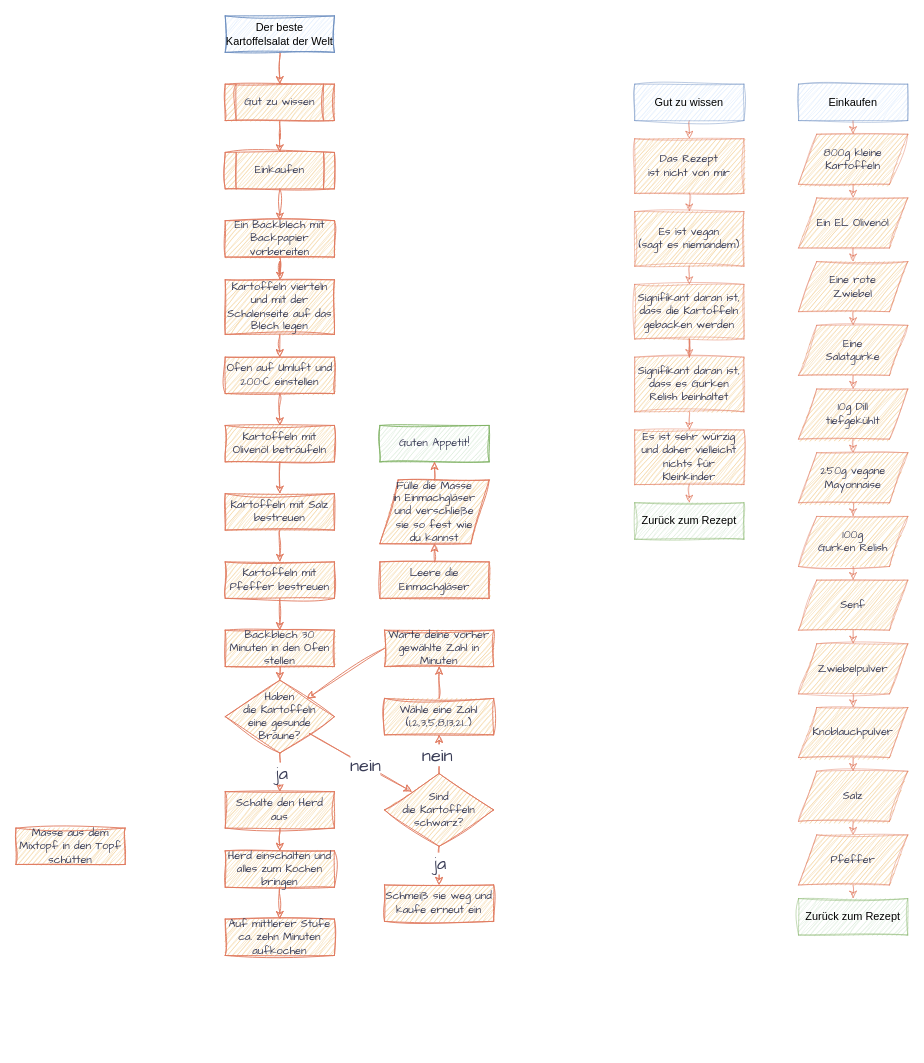
This is the_best_potato_salad_in_the_world/de_the_best_potato_salad_in_the_world.drawio from DarkDonnerGunther/rivercookery, a draw.io file, before an edit. Source tidied: cells renumbered, new cells numbered last; positions are measured from the earlier drawing's top-left corner, leaving out a move shared by most shapes. Both pictures are drawn from the tidied source at 91%, with x=0, y=0 at pixel (15, 15).
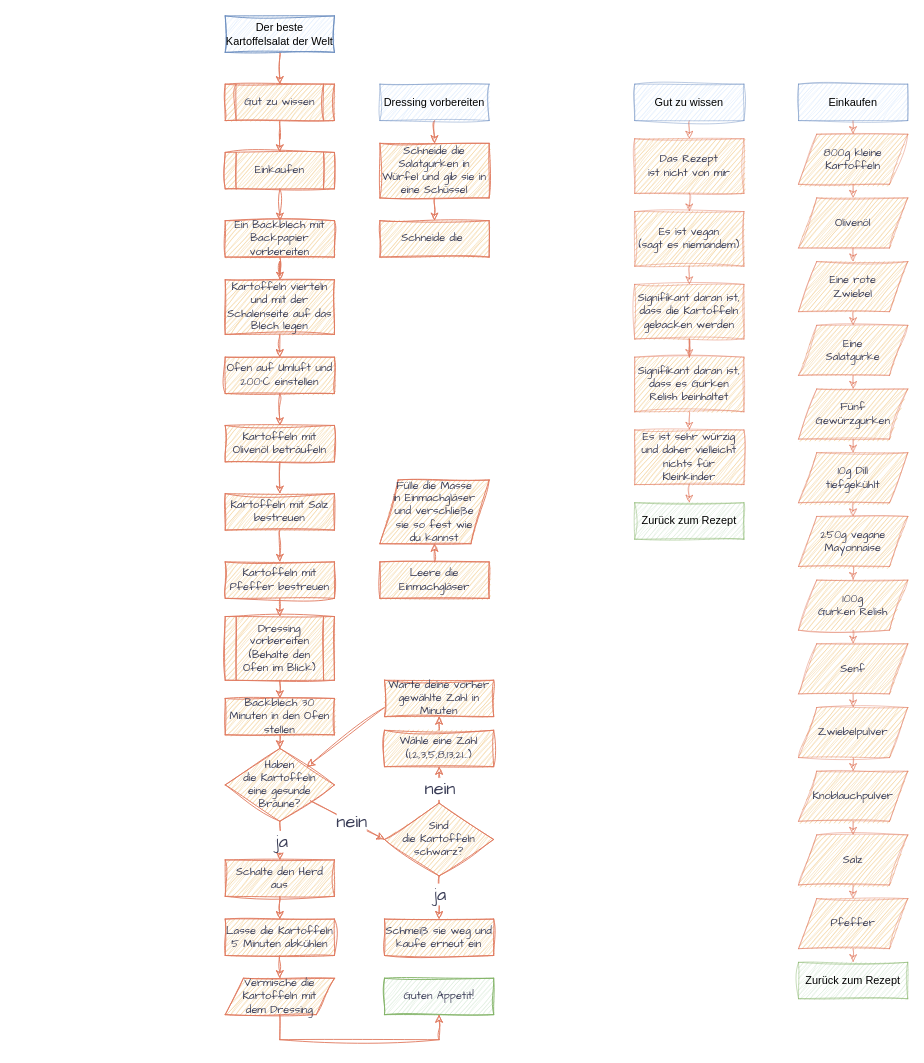
The same page after the edit.

Unchanged cells that the change refers to:
```xml
<mxCell id="33" value="Kartoffeln mit Pfeffer bestreuen" style="rounded=0;whiteSpace=wrap;html=1;hachureGap=4;strokeColor=#E07A5F;fontFamily=Architects Daughter;fontSize=12;fontColor=#393C56;fillColor=#F2CC8F;sketch=1;curveFitting=1;jiggle=2;" parent="1" vertex="1">
  <mxGeometry x="230" y="600" width="120" height="40" as="geometry" />
</mxCell>
<mxCell id="47" style="edgeStyle=orthogonalEdgeStyle;rounded=0;hachureGap=4;jettySize=auto;html=1;exitX=0.5;exitY=0;exitDx=0;exitDy=0;entryX=0.5;entryY=1;entryDx=0;entryDy=0;strokeColor=#E07A5F;fontFamily=Architects Daughter;fontSize=16;fontColor=#393C56;fillColor=#F2CC8F;sketch=1;curveFitting=1;jiggle=2;" parent="1" edge="1" source="49" target="84">
  <mxGeometry relative="1" as="geometry" />
</mxCell>
<mxCell id="57" value="Fülle die Masse&lt;br&gt;in Einmachgläser&lt;br&gt;und verschließe&lt;br&gt;sie so fest wie&lt;div&gt;du kannst&lt;/div&gt;" style="rounded=0;whiteSpace=wrap;html=1;hachureGap=4;strokeColor=#E07A5F;fontFamily=Architects Daughter;fontSize=12;fontColor=#393C56;fillColor=#F2CC8F;sketch=1;curveFitting=1;jiggle=2;shape=parallelogram;perimeter=parallelogramPerimeter;fixedSize=1;labelBorderColor=none;labelBackgroundColor=none;" parent="1" vertex="1">
  <mxGeometry x="400" y="510" width="120" height="70" as="geometry" />
</mxCell>
<mxCell id="62" value="Eine&lt;br&gt;&lt;div&gt;Salatgurke&lt;/div&gt;" style="shape=parallelogram;fixedSize=1;hachureGap=4;strokeColor=#E07A5F;fontFamily=Architects Daughter;fontSize=12;fontColor=#393C56;fillColor=#F2CC8F;labelBorderColor=none;whiteSpace=wrap;html=1;labelBackgroundColor=none;verticalAlign=middle;rounded=0;sketch=1;curveFitting=1;jiggle=2;strokeOpacity=50;perimeter=parallelogramPerimeter;align=center;" parent="1" vertex="1">
  <mxGeometry x="860" y="340" width="120" height="55" as="geometry" />
</mxCell>
```

What changed in the source:
```diff
@@
     <mxCell id="24" value="Zurück zum Rezept" style="rounded=0;whiteSpace=wrap;html=1;fontSize=12;glass=0;strokeWidth=1;shadow=0;labelBackgroundColor=none;fillColor=#d5e8d4;strokeColor=#82b366;sketch=1;curveFitting=1;jiggle=2;strokeOpacity=50;" parent="1" vertex="1">
-      <mxGeometry x="860" y="970" width="120" height="40" as="geometry" />
+      <mxGeometry x="860" y="1040" width="120" height="40" as="geometry" />
     </mxCell>
@@
-    <mxCell id="32" style="edgeStyle=orthogonalEdgeStyle;rounded=0;hachureGap=4;jettySize=auto;html=1;exitX=0.5;exitY=1;exitDx=0;exitDy=0;entryX=0.5;entryY=0;entryDx=0;entryDy=0;strokeColor=#E07A5F;fontFamily=Architects Daughter;fontSize=16;fontColor=#393C56;fillColor=#F2CC8F;sketch=1;curveFitting=1;jiggle=2;" parent="1" edge="1" source="33" target="35">
+    <mxCell id="32" style="edgeStyle=orthogonalEdgeStyle;rounded=0;hachureGap=4;jettySize=auto;html=1;exitX=0.5;exitY=1;exitDx=0;exitDy=0;entryX=0.5;entryY=0;entryDx=0;entryDy=0;strokeColor=#E07A5F;fontFamily=Architects Daughter;fontSize=16;fontColor=#393C56;fillColor=#F2CC8F;sketch=1;curveFitting=1;jiggle=2;" parent="1" edge="1" source="33" target="91">
       <mxGeometry relative="1" as="geometry" />
     </mxCell>
@@
     <mxCell id="35" value="Backblech 30 Minuten in den Ofen stellen" style="rounded=0;whiteSpace=wrap;html=1;hachureGap=4;strokeColor=#E07A5F;fontFamily=Architects Daughter;fontSize=12;fontColor=#393C56;fillColor=#F2CC8F;sketch=1;curveFitting=1;jiggle=2;" parent="1" vertex="1">
-      <mxGeometry x="230" y="675" width="120" height="40" as="geometry" />
+      <mxGeometry x="230" y="750" width="120" height="40" as="geometry" />
     </mxCell>
-    <mxCell id="36" value="Masse aus dem Mixtopf in den Topf schütten" style="rounded=0;whiteSpace=wrap;html=1;hachureGap=4;strokeColor=#E07A5F;fontFamily=Architects Daughter;fontSize=12;fontColor=#393C56;fillColor=#F2CC8F;sketch=1;curveFitting=1;jiggle=2;" parent="1" vertex="1">
-      <mxGeometry y="892.5" width="120" height="40" as="geometry" />
-    </mxCell>
@@
-    <mxCell id="38" value="Herd einschalten und alles zum Kochen bringen" style="rounded=0;whiteSpace=wrap;html=1;hachureGap=4;strokeColor=#E07A5F;fontFamily=Architects Daughter;fontSize=12;fontColor=#393C56;fillColor=#F2CC8F;sketch=1;curveFitting=1;jiggle=2;" parent="1" vertex="1">
-      <mxGeometry x="230" y="917.5" width="120" height="40" as="geometry" />
+    <mxCell id="38" value="Lasse die Kartoffeln 5 Minuten abkühlen" style="rounded=0;whiteSpace=wrap;html=1;hachureGap=4;strokeColor=#E07A5F;fontFamily=Architects Daughter;fontSize=12;fontColor=#393C56;fillColor=#F2CC8F;sketch=1;curveFitting=1;jiggle=2;" parent="1" vertex="1">
+      <mxGeometry x="230" y="992.5" width="120" height="40" as="geometry" />
     </mxCell>
-    <mxCell id="39" value="Auf mittlerer Stufe ca. zehn Minuten aufkochen" style="rounded=0;whiteSpace=wrap;html=1;hachureGap=4;strokeColor=#E07A5F;fontFamily=Architects Daughter;fontSize=12;fontColor=#393C56;fillColor=#F2CC8F;sketch=1;curveFitting=1;jiggle=2;" parent="1" vertex="1">
-      <mxGeometry x="230" y="992.5" width="120" height="40" as="geometry" />
+    <mxCell id="39" value="Vermische die Kartoffeln mit&lt;br&gt;dem Dressing" style="rounded=0;whiteSpace=wrap;html=1;hachureGap=4;strokeColor=#E07A5F;fontFamily=Architects Daughter;fontSize=12;fontColor=#393C56;fillColor=#F2CC8F;sketch=1;curveFitting=1;jiggle=2;shape=parallelogram;perimeter=parallelogramPerimeter;fixedSize=1;labelBorderColor=none;labelBackgroundColor=none;" parent="1" vertex="1">
+      <mxGeometry x="230" y="1057.5" width="120" height="40" as="geometry" />
     </mxCell>
@@
-    <mxCell id="42" style="rounded=0;hachureGap=4;jettySize=auto;html=1;strokeColor=#E07A5F;fontFamily=Architects Daughter;fontSize=16;fontColor=#393C56;fillColor=#F2CC8F;sketch=1;curveFitting=1;jiggle=2;entryX=0;entryY=0;entryDx=0;entryDy=0;" parent="1" edge="1" source="44" target="49">
+    <mxCell id="42" style="rounded=0;hachureGap=4;jettySize=auto;html=1;strokeColor=#E07A5F;fontFamily=Architects Daughter;fontSize=16;fontColor=#393C56;fillColor=#F2CC8F;sketch=1;curveFitting=1;jiggle=2;entryX=0;entryY=0.5;entryDx=0;entryDy=0;" parent="1" edge="1" source="44" target="49">
       <mxGeometry relative="1" as="geometry" />
     </mxCell>
@@
     <mxCell id="44" value="Haben&lt;br&gt;die Kartoffeln&lt;br&gt;eine gesunde&lt;br&gt;Bräune?" style="rhombus;whiteSpace=wrap;html=1;hachureGap=4;strokeColor=#E07A5F;fontFamily=Architects Daughter;fontSize=12;fontColor=#393C56;fillColor=#F2CC8F;rounded=0;sketch=1;curveFitting=1;jiggle=2;" parent="1" vertex="1">
-      <mxGeometry x="230" y="730" width="120" height="80" as="geometry" />
+      <mxGeometry x="230" y="805" width="120" height="80" as="geometry" />
     </mxCell>
@@
     <mxCell id="46" value="Schalte den Herd aus" style="whiteSpace=wrap;html=1;hachureGap=4;strokeColor=#E07A5F;fontFamily=Architects Daughter;fontSize=12;fontColor=#393C56;fillColor=#F2CC8F;rounded=0;sketch=1;curveFitting=1;jiggle=2;" parent="1" vertex="1">
-      <mxGeometry x="230" y="852.5" width="120" height="40" as="geometry" />
+      <mxGeometry x="230" y="927.5" width="120" height="40" as="geometry" />
     </mxCell>
@@
     <mxCell id="48" value="&lt;span style=&quot;color: rgb(57, 60, 86); font-family: &amp;quot;Architects Daughter&amp;quot;; font-size: 20px;&quot;&gt;nein&lt;/span&gt;" style="edgeLabel;html=1;align=center;verticalAlign=middle;" parent="47" vertex="1">
-      <mxGeometry x="-0.01" y="3" relative="1" as="geometry" />
+      <mxGeometry x="-0.01" y="3" relative="1" as="geometry">
+        <mxPoint x="3" y="3" as="offset" />
+      </mxGeometry>
     </mxCell>
     <mxCell id="49" value="Sind&lt;br&gt;die Kartoffeln&lt;br&gt;schwarz?" style="rounded=0;whiteSpace=wrap;html=1;hachureGap=4;strokeColor=#E07A5F;fontFamily=Architects Daughter;fontSize=12;fontColor=#393C56;fillColor=#F2CC8F;sketch=1;curveFitting=1;jiggle=2;shape=rhombus;perimeter=rhombusPerimeter;" parent="1" vertex="1">
-      <mxGeometry x="405" y="832.5" width="120" height="80" as="geometry" />
+      <mxGeometry x="405" y="865" width="120" height="80" as="geometry" />
     </mxCell>
-    <mxCell id="50" style="rounded=0;hachureGap=4;jettySize=auto;html=1;exitX=0;exitY=0.5;exitDx=0;exitDy=0;entryX=1;entryY=0;entryDx=0;entryDy=0;strokeColor=#E07A5F;fontFamily=Architects Daughter;fontSize=16;fontColor=#393C56;fillColor=#F2CC8F;sketch=1;curveFitting=1;jiggle=2;" parent="1" edge="1" source="51" target="44">
+    <mxCell id="50" style="rounded=0;hachureGap=4;jettySize=auto;html=1;exitX=0;exitY=0.75;exitDx=0;exitDy=0;entryX=1;entryY=0;entryDx=0;entryDy=0;strokeColor=#E07A5F;fontFamily=Architects Daughter;fontSize=16;fontColor=#393C56;fillColor=#F2CC8F;sketch=1;curveFitting=1;jiggle=2;" parent="1" edge="1" source="51" target="44">
       <mxGeometry relative="1" as="geometry" />
     </mxCell>
     <mxCell id="51" value="Warte deine vorher gewählte Zahl in Minuten" style="rounded=0;whiteSpace=wrap;html=1;hachureGap=4;strokeColor=#E07A5F;fontFamily=Architects Daughter;fontSize=12;fontColor=#393C56;fillColor=#F2CC8F;sketch=1;curveFitting=1;jiggle=2;" parent="1" vertex="1">
-      <mxGeometry x="405" y="675" width="120" height="40" as="geometry" />
+      <mxGeometry x="405" y="730" width="120" height="40" as="geometry" />
     </mxCell>
@@
     <mxCell id="54" value="Guten Appetit!" style="rounded=0;whiteSpace=wrap;html=1;fontSize=12;glass=0;strokeWidth=1;shadow=0;labelBackgroundColor=none;fillColor=#d5e8d4;strokeColor=#82b366;hachureGap=4;fontFamily=Architects Daughter;fontColor=#393C56;sketch=1;curveFitting=1;jiggle=2;" parent="1" vertex="1">
-      <mxGeometry x="400" y="450" width="120" height="40" as="geometry" />
+      <mxGeometry x="405" y="1057.5" width="120" height="40" as="geometry" />
     </mxCell>
@@
-    <mxCell id="56" style="edgeStyle=orthogonalEdgeStyle;rounded=0;sketch=1;hachureGap=4;jiggle=2;curveFitting=1;jettySize=auto;html=1;exitX=0.5;exitY=0;exitDx=0;exitDy=0;entryX=0.5;entryY=1;entryDx=0;entryDy=0;fontFamily=Architects Daughter;fontSize=16;strokeColor=#E07A5F;fontColor=#393C56;fillColor=#F2CC8F;" parent="1" edge="1" source="57" target="54">
-      <mxGeometry relative="1" as="geometry" />
+    <mxCell id="56" style="edgeStyle=orthogonalEdgeStyle;rounded=0;sketch=1;hachureGap=4;jiggle=2;curveFitting=1;jettySize=auto;html=1;exitX=0.5;exitY=1;exitDx=0;exitDy=0;entryX=0.5;entryY=1;entryDx=0;entryDy=0;fontFamily=Architects Daughter;fontSize=16;strokeColor=#E07A5F;fontColor=#393C56;fillColor=#F2CC8F;" parent="1" edge="1" source="39" target="54">
+      <mxGeometry relative="1" as="geometry">
+        <Array as="points">
+          <mxPoint x="290" y="1125" />
+          <mxPoint x="465" y="1125" />
+        </Array>
+      </mxGeometry>
     </mxCell>
@@
-    <mxCell id="59" value="Ein EL Olivenöl" style="shape=parallelogram;fixedSize=1;hachureGap=4;strokeColor=#E07A5F;fontFamily=Architects Daughter;fontSize=12;fontColor=#393C56;fillColor=#F2CC8F;labelBorderColor=none;whiteSpace=wrap;html=1;labelBackgroundColor=none;verticalAlign=middle;rounded=0;sketch=1;curveFitting=1;jiggle=2;strokeOpacity=50;perimeter=parallelogramPerimeter;align=center;" parent="1" vertex="1">
+    <mxCell id="59" value="Olivenöl" style="shape=parallelogram;fixedSize=1;hachureGap=4;strokeColor=#E07A5F;fontFamily=Architects Daughter;fontSize=12;fontColor=#393C56;fillColor=#F2CC8F;labelBorderColor=none;whiteSpace=wrap;html=1;labelBackgroundColor=none;verticalAlign=middle;rounded=0;sketch=1;curveFitting=1;jiggle=2;strokeOpacity=50;perimeter=parallelogramPerimeter;align=center;" parent="1" vertex="1">
       <mxGeometry x="860" y="200" width="120" height="55" as="geometry" />
     </mxCell>
@@
-    <mxCell id="63" style="edgeStyle=orthogonalEdgeStyle;rounded=0;jettySize=auto;html=1;exitX=0.5;exitY=1;exitDx=0;exitDy=0;entryX=0.5;entryY=0;entryDx=0;entryDy=0;hachureGap=4;strokeColor=#E07A5F;fontFamily=Architects Daughter;fontSize=16;fontColor=#393C56;fillColor=#F2CC8F;sketch=1;curveFitting=1;jiggle=2;strokeOpacity=50;" parent="1" edge="1" source="62" target="64">
+    <mxCell id="63" style="edgeStyle=orthogonalEdgeStyle;rounded=0;jettySize=auto;html=1;exitX=0.5;exitY=1;exitDx=0;exitDy=0;entryX=0.5;entryY=0;entryDx=0;entryDy=0;hachureGap=4;strokeColor=#E07A5F;fontFamily=Architects Daughter;fontSize=16;fontColor=#393C56;fillColor=#F2CC8F;sketch=1;curveFitting=1;jiggle=2;strokeOpacity=50;" parent="1" edge="1" source="62" target="95">
       <mxGeometry relative="1" as="geometry" />
     </mxCell>
     <mxCell id="64" value="10g Dill&lt;br&gt;tiefgekühlt" style="shape=parallelogram;fixedSize=1;hachureGap=4;strokeColor=#E07A5F;fontFamily=Architects Daughter;fontSize=12;fontColor=#393C56;fillColor=#F2CC8F;labelBorderColor=none;whiteSpace=wrap;html=1;labelBackgroundColor=none;verticalAlign=middle;rounded=0;sketch=1;curveFitting=1;jiggle=2;strokeOpacity=50;perimeter=parallelogramPerimeter;align=center;" parent="1" vertex="1">
-      <mxGeometry x="860" y="410" width="120" height="55" as="geometry" />
+      <mxGeometry x="860" y="480" width="120" height="55" as="geometry" />
     </mxCell>
@@
     <mxCell id="66" value="250g vegane&lt;br&gt;Mayonnaise" style="shape=parallelogram;fixedSize=1;hachureGap=4;strokeColor=#E07A5F;fontFamily=Architects Daughter;fontSize=12;fontColor=#393C56;fillColor=#F2CC8F;labelBorderColor=none;whiteSpace=wrap;html=1;labelBackgroundColor=none;verticalAlign=middle;rounded=0;sketch=1;curveFitting=1;jiggle=2;strokeOpacity=50;perimeter=parallelogramPerimeter;align=center;" parent="1" vertex="1">
-      <mxGeometry x="860" y="480" width="120" height="55" as="geometry" />
+      <mxGeometry x="860" y="550" width="120" height="55" as="geometry" />
     </mxCell>
@@
     <mxCell id="68" value="100g&lt;br&gt;Gurken Relish" style="shape=parallelogram;fixedSize=1;hachureGap=4;strokeColor=#E07A5F;fontFamily=Architects Daughter;fontSize=12;fontColor=#393C56;fillColor=#F2CC8F;labelBorderColor=none;whiteSpace=wrap;html=1;labelBackgroundColor=none;verticalAlign=middle;rounded=0;sketch=1;curveFitting=1;jiggle=2;strokeOpacity=50;perimeter=parallelogramPerimeter;align=center;" parent="1" vertex="1">
-      <mxGeometry x="860" y="550" width="120" height="55" as="geometry" />
+      <mxGeometry x="860" y="620" width="120" height="55" as="geometry" />
     </mxCell>
@@
     <mxCell id="70" value="Senf" style="shape=parallelogram;fixedSize=1;hachureGap=4;strokeColor=#E07A5F;fontFamily=Architects Daughter;fontSize=12;fontColor=#393C56;fillColor=#F2CC8F;labelBorderColor=none;whiteSpace=wrap;html=1;labelBackgroundColor=none;verticalAlign=middle;rounded=0;sketch=1;curveFitting=1;jiggle=2;strokeOpacity=50;perimeter=parallelogramPerimeter;align=center;" parent="1" vertex="1">
-      <mxGeometry x="860" y="620" width="120" height="55" as="geometry" />
+      <mxGeometry x="860" y="690" width="120" height="55" as="geometry" />
     </mxCell>
@@
     <mxCell id="72" value="Zwiebelpulver" style="shape=parallelogram;fixedSize=1;hachureGap=4;strokeColor=#E07A5F;fontFamily=Architects Daughter;fontSize=12;fontColor=#393C56;fillColor=#F2CC8F;labelBorderColor=none;whiteSpace=wrap;html=1;labelBackgroundColor=none;verticalAlign=middle;rounded=0;sketch=1;curveFitting=1;jiggle=2;strokeOpacity=50;perimeter=parallelogramPerimeter;align=center;" parent="1" vertex="1">
-      <mxGeometry x="860" y="690" width="120" height="55" as="geometry" />
+      <mxGeometry x="860" y="760" width="120" height="55" as="geometry" />
     </mxCell>
@@
     <mxCell id="77" value="Knoblauchpulver" style="shape=parallelogram;fixedSize=1;hachureGap=4;strokeColor=#E07A5F;fontFamily=Architects Daughter;fontSize=12;fontColor=#393C56;fillColor=#F2CC8F;labelBorderColor=none;whiteSpace=wrap;html=1;labelBackgroundColor=none;verticalAlign=middle;rounded=0;sketch=1;curveFitting=1;jiggle=2;strokeOpacity=50;perimeter=parallelogramPerimeter;align=center;" parent="1" vertex="1">
-      <mxGeometry x="860" y="760" width="120" height="55" as="geometry" />
+      <mxGeometry x="860" y="830" width="120" height="55" as="geometry" />
     </mxCell>
@@
     <mxCell id="79" value="Salz" style="shape=parallelogram;fixedSize=1;hachureGap=4;strokeColor=#E07A5F;fontFamily=Architects Daughter;fontSize=12;fontColor=#393C56;fillColor=#F2CC8F;labelBorderColor=none;whiteSpace=wrap;html=1;labelBackgroundColor=none;verticalAlign=middle;rounded=0;sketch=1;curveFitting=1;jiggle=2;strokeOpacity=50;perimeter=parallelogramPerimeter;align=center;" parent="1" vertex="1">
-      <mxGeometry x="860" y="830" width="120" height="55" as="geometry" />
+      <mxGeometry x="860" y="900" width="120" height="55" as="geometry" />
     </mxCell>
@@
     <mxCell id="81" value="Pfeffer" style="shape=parallelogram;fixedSize=1;hachureGap=4;strokeColor=#E07A5F;fontFamily=Architects Daughter;fontSize=12;fontColor=#393C56;fillColor=#F2CC8F;labelBorderColor=none;whiteSpace=wrap;html=1;labelBackgroundColor=none;verticalAlign=middle;rounded=0;sketch=1;curveFitting=1;jiggle=2;strokeOpacity=50;perimeter=parallelogramPerimeter;align=center;" parent="1" vertex="1">
-      <mxGeometry x="860" y="900" width="120" height="55" as="geometry" />
+      <mxGeometry x="860" y="970" width="120" height="55" as="geometry" />
     </mxCell>
@@
     <mxCell id="84" value="Wähle eine Zahl (1,2,3,5,8,13,21...)" style="rounded=0;whiteSpace=wrap;html=1;hachureGap=4;strokeColor=#E07A5F;fontFamily=Architects Daughter;fontSize=12;fontColor=#393C56;fillColor=#F2CC8F;sketch=1;curveFitting=1;jiggle=2;" parent="1" vertex="1">
-      <mxGeometry x="405" y="750" width="120" height="40" as="geometry" />
+      <mxGeometry x="405" y="785" width="120" height="40" as="geometry" />
     </mxCell>
     <mxCell id="85" value="Schmeiß sie weg und kaufe erneut ein" style="rounded=0;whiteSpace=wrap;html=1;hachureGap=4;strokeColor=#E07A5F;fontFamily=Architects Daughter;fontSize=12;fontColor=#393C56;fillColor=#F2CC8F;sketch=1;curveFitting=1;jiggle=2;" parent="1" vertex="1">
-      <mxGeometry x="405" y="955" width="120" height="40" as="geometry" />
+      <mxGeometry x="405" y="992.5" width="120" height="40" as="geometry" />
     </mxCell>
@@
+    <mxCell id="88" value="Schneide die&amp;nbsp;" style="rounded=0;whiteSpace=wrap;html=1;hachureGap=4;strokeColor=#E07A5F;fontFamily=Architects Daughter;fontSize=12;fontColor=#393C56;fillColor=#F2CC8F;sketch=1;curveFitting=1;jiggle=2;" parent="1" vertex="1">
+      <mxGeometry x="400" y="225" width="120" height="40" as="geometry" />
+    </mxCell>
+    <mxCell id="89" style="edgeStyle=orthogonalEdgeStyle;rounded=0;jettySize=auto;html=1;exitX=0.5;exitY=1;exitDx=0;exitDy=0;entryX=0.5;entryY=0;entryDx=0;entryDy=0;hachureGap=4;strokeColor=#E07A5F;fontFamily=Architects Daughter;fontSize=16;fontColor=#393C56;fillColor=#F2CC8F;sketch=1;curveFitting=1;jiggle=2;" parent="1" edge="1" source="90" target="88">
+      <mxGeometry relative="1" as="geometry" />
+    </mxCell>
+    <mxCell id="90" value="Schneide die Salatgurken in Würfel und gib sie in eine Schüssel" style="whiteSpace=wrap;html=1;hachureGap=4;strokeColor=#E07A5F;fontFamily=Architects Daughter;fontSize=12;fontColor=#393C56;fillColor=#F2CC8F;rounded=0;sketch=1;curveFitting=1;jiggle=2;" parent="1" vertex="1">
+      <mxGeometry x="400" y="140" width="120" height="60" as="geometry" />
+    </mxCell>
+    <mxCell id="91" value="Dressing vorbereiten (Behalte den Ofen im Blick)" style="rounded=0;whiteSpace=wrap;html=1;hachureGap=4;strokeColor=#E07A5F;fontFamily=Architects Daughter;fontSize=12;fontColor=#393C56;fillColor=#F2CC8F;sketch=1;curveFitting=1;jiggle=2;shape=process;backgroundOutline=1;" parent="1" vertex="1">
+      <mxGeometry x="230" y="660" width="120" height="70" as="geometry" />
+    </mxCell>
+    <mxCell id="92" style="edgeStyle=orthogonalEdgeStyle;rounded=0;hachureGap=4;jettySize=auto;html=1;exitX=0.5;exitY=1;exitDx=0;exitDy=0;entryX=0.5;entryY=0;entryDx=0;entryDy=0;strokeColor=#E07A5F;fontFamily=Architects Daughter;fontSize=16;fontColor=#393C56;fillColor=#F2CC8F;sketch=1;curveFitting=1;jiggle=2;" parent="1" edge="1" source="91" target="35">
+      <mxGeometry relative="1" as="geometry" />
+    </mxCell>
+    <mxCell id="93" style="edgeStyle=orthogonalEdgeStyle;rounded=0;jettySize=auto;html=1;exitX=0.5;exitY=1;exitDx=0;exitDy=0;entryX=0.5;entryY=0;entryDx=0;entryDy=0;hachureGap=4;strokeColor=#E07A5F;fontFamily=Architects Daughter;fontSize=16;fontColor=#393C56;fillColor=#F2CC8F;sketch=1;curveFitting=1;jiggle=2;" parent="1" edge="1" source="94" target="90">
+      <mxGeometry relative="1" as="geometry" />
+    </mxCell>
+    <mxCell id="94" value="Dressing vorbereiten" style="rounded=0;whiteSpace=wrap;html=1;fontSize=12;glass=0;strokeWidth=1;shadow=0;labelBackgroundColor=none;fillColor=#dae8fc;strokeColor=#6c8ebf;sketch=1;curveFitting=1;jiggle=2;strokeOpacity=50;" parent="1" vertex="1">
+      <mxGeometry x="400" y="75" width="120" height="40" as="geometry" />
+    </mxCell>
+    <mxCell id="95" value="Fünf&lt;br&gt;Gewürzgurken" style="shape=parallelogram;fixedSize=1;hachureGap=4;strokeColor=#E07A5F;fontFamily=Architects Daughter;fontSize=12;fontColor=#393C56;fillColor=#F2CC8F;labelBorderColor=none;whiteSpace=wrap;html=1;labelBackgroundColor=none;verticalAlign=middle;rounded=0;sketch=1;curveFitting=1;jiggle=2;strokeOpacity=50;perimeter=parallelogramPerimeter;align=center;" parent="1" vertex="1">
+      <mxGeometry x="860" y="410" width="120" height="55" as="geometry" />
+    </mxCell>
+    <mxCell id="96" style="edgeStyle=orthogonalEdgeStyle;rounded=0;jettySize=auto;html=1;exitX=0.5;exitY=1;exitDx=0;exitDy=0;entryX=0.5;entryY=0;entryDx=0;entryDy=0;hachureGap=4;strokeColor=#E07A5F;fontFamily=Architects Daughter;fontSize=16;fontColor=#393C56;fillColor=#F2CC8F;sketch=1;curveFitting=1;jiggle=2;strokeOpacity=50;" parent="1" edge="1" source="95" target="64">
+      <mxGeometry relative="1" as="geometry" />
+    </mxCell>
```
